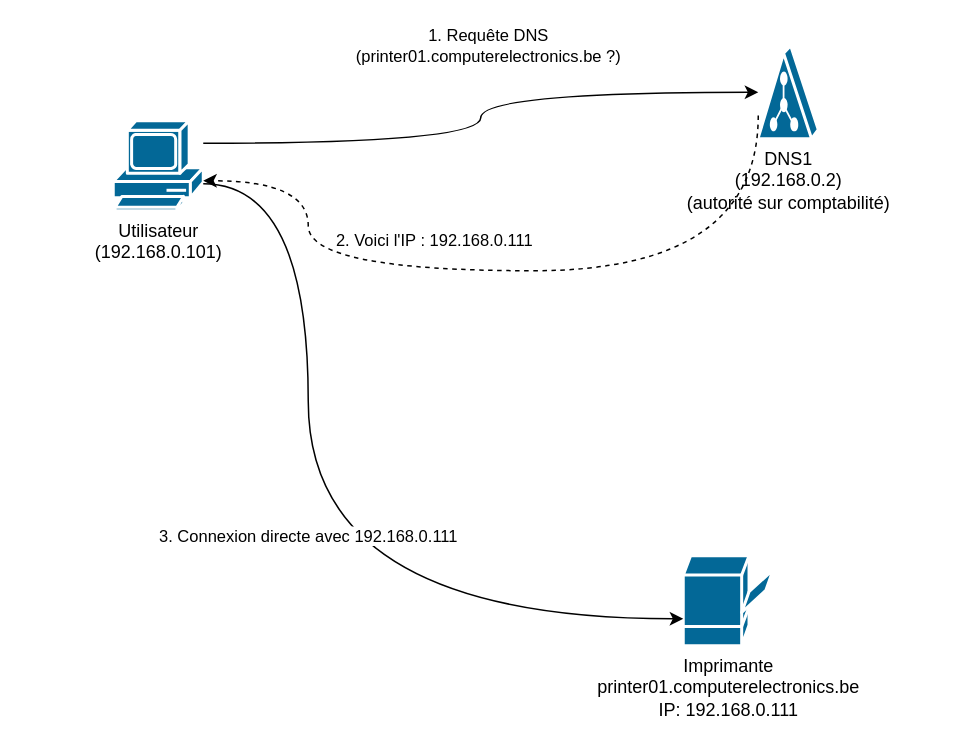
Before: diagrams/dns_resolution_printer.drawio in choquitofrito/ActiveDirectory, a draw.io diagram. Source tidied: cells renumbered, new cells numbered last; positions are measured from the earlier drawing's top-left corner, leaving out a move shared by most shapes. Both pictures are drawn from the tidied source at 150%, with x=0, y=0 at pixel (112, 45).
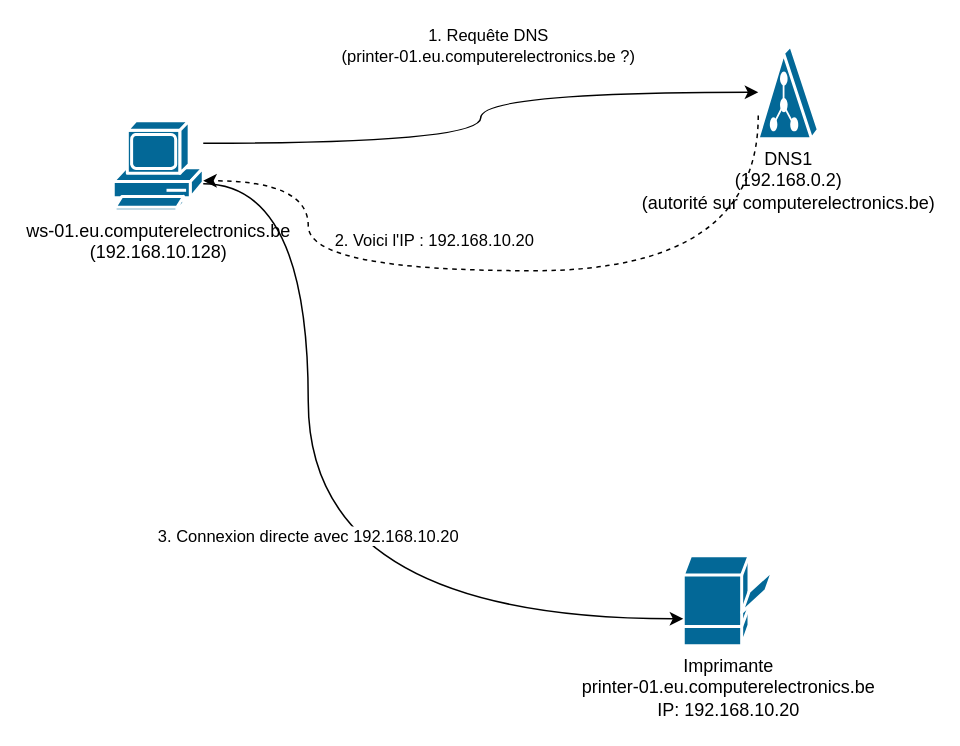
The same page after the edit.

Commit message (it also covers changes not shown here):
consolidated diagram

What changed in the source:
```diff
@@
 <mxGraphModel>
   <root>
     <mxCell id="0" />
     <mxCell id="1" parent="0" />
-    <mxCell id="2" value="Utilisateur&#10;(192.168.0.101)" style="shape=mxgraph.cisco.computers_and_peripherals.pc;html=1;dashed=0;fillColor=#036897;strokeColor=#ffffff;strokeWidth=2;verticalLabelPosition=bottom;verticalAlign=top;align=center;outlineConnect=0;" parent="1" vertex="1">
+    <mxCell id="2" value="ws-01.eu.computerelectronics.be&#10;(192.168.10.128)" style="shape=mxgraph.cisco.computers_and_peripherals.pc;html=1;dashed=0;fillColor=#036897;strokeColor=#ffffff;strokeWidth=2;verticalLabelPosition=bottom;verticalAlign=top;align=center;outlineConnect=0;" parent="1" vertex="1">
       <mxGeometry y="50" width="60" height="60" as="geometry" />
     </mxCell>
-    <mxCell id="3" value="DNS1&#10;(192.168.0.2)&#10;(autorité sur comptabilité)" style="shape=mxgraph.cisco.servers.directory_server;html=1;dashed=0;fillColor=#036897;strokeColor=#ffffff;strokeWidth=2;verticalLabelPosition=bottom;verticalAlign=top;align=center;outlineConnect=0;" parent="1" vertex="1">
+    <mxCell id="3" value="DNS1&#10;(192.168.0.2)&#10;(autorité sur computerelectronics.be)" style="shape=mxgraph.cisco.servers.directory_server;html=1;dashed=0;fillColor=#036897;strokeColor=#ffffff;strokeWidth=2;verticalLabelPosition=bottom;verticalAlign=top;align=center;outlineConnect=0;" parent="1" vertex="1">
       <mxGeometry x="430" width="40" height="62" as="geometry" />
     </mxCell>
-    <mxCell id="4" value="Imprimante&#10;printer01.computerelectronics.be&#10;IP: 192.168.0.111" style="shape=mxgraph.cisco.computers_and_peripherals.printer;html=1;dashed=0;fillColor=#036897;strokeColor=#ffffff;strokeWidth=2;verticalLabelPosition=bottom;verticalAlign=top;align=center;outlineConnect=0;" parent="1" vertex="1">
+    <mxCell id="4" value="Imprimante&#10;printer-01.eu.computerelectronics.be&#10;IP: 192.168.10.20" style="shape=mxgraph.cisco.computers_and_peripherals.printer;html=1;dashed=0;fillColor=#036897;strokeColor=#ffffff;strokeWidth=2;verticalLabelPosition=bottom;verticalAlign=top;align=center;outlineConnect=0;" parent="1" vertex="1">
       <mxGeometry x="380" y="340" width="60" height="60" as="geometry" />
     </mxCell>
-    <mxCell id="5" value="1. Requête DNS&#10;(printer01.computerelectronics.be ?)" style="edgeStyle=orthogonalEdgeStyle;rounded=0;jettySize=auto;html=1;exitX=1;exitY=0.25;entryX=0;entryY=0.5;curved=1;" parent="1" edge="1" source="2" target="3">
+    <mxCell id="5" value="1. Requête DNS&#10;(printer-01.eu.computerelectronics.be ?)" style="edgeStyle=orthogonalEdgeStyle;rounded=0;jettySize=auto;html=1;exitX=1;exitY=0.25;entryX=0;entryY=0.5;curved=1;" parent="1" edge="1" source="2" target="3">
       <mxGeometry x="0.11" y="31" relative="1" as="geometry" />
     </mxCell>
-    <mxCell id="6" value="2. Voici l'IP : 192.168.0.111" style="edgeStyle=orthogonalEdgeStyle;rounded=0;jettySize=auto;html=1;exitX=0;exitY=0.75;dashed=1;curved=1;" parent="1" edge="1" source="3" target="2">
+    <mxCell id="6" value="2. Voici l'IP : 192.168.10.20" style="edgeStyle=orthogonalEdgeStyle;rounded=0;jettySize=auto;html=1;exitX=0;exitY=0.75;dashed=1;curved=1;" parent="1" edge="1" source="3" target="2">
       <mxGeometry x="0.2" y="-20" relative="1" as="geometry">
         <Array as="points">
           <mxPoint x="430" y="150" />
           <mxPoint x="130" y="150" />
           <mxPoint x="130" y="90" />
         </Array>
       </mxGeometry>
     </mxCell>
-    <mxCell id="7" value="3. Connexion directe avec 192.168.0.111" style="edgeStyle=orthogonalEdgeStyle;rounded=0;jettySize=auto;html=1;exitX=1;exitY=0.7;entryX=0;entryY=0.7;curved=1;" parent="1" edge="1" source="2" target="4">
+    <mxCell id="7" value="3. Connexion directe avec 192.168.10.20" style="edgeStyle=orthogonalEdgeStyle;rounded=0;jettySize=auto;html=1;exitX=1;exitY=0.7;entryX=0;entryY=0.7;curved=1;" parent="1" edge="1" source="2" target="4">
       <mxGeometry relative="1" as="geometry">
         <Array as="points">
           <mxPoint x="130" y="92" />
           <mxPoint x="130" y="382" />
         </Array>
       </mxGeometry>
     </mxCell>
   </root>
 </mxGraphModel>
```
